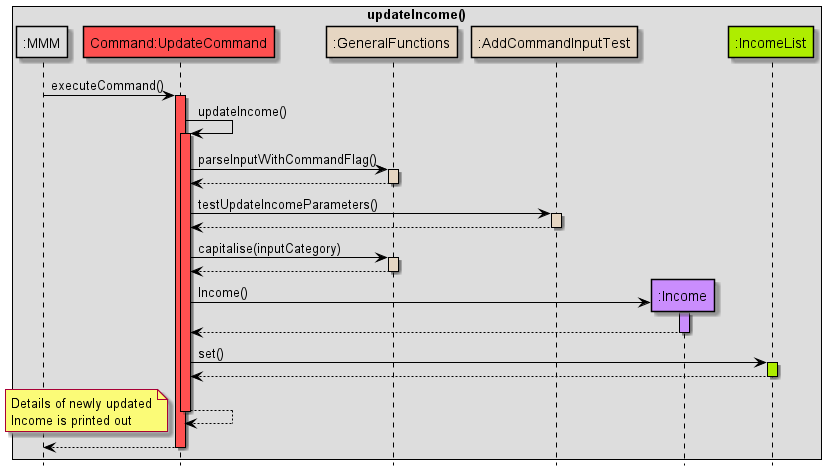
Earlier version of the PlantUML export docs/images/UpdateIncomeSequenceDiagramFinal.png (nus-cs2113-AY2122S2/tp).
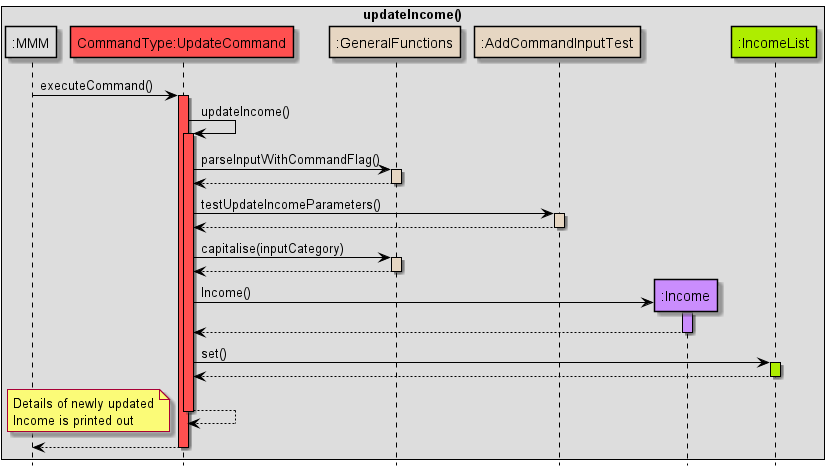
The same file after the commit.

Diff of the diagram source:
```diff
@@ -10,7 +10,7 @@
 
 box updateIncome()
 participant ":MMM" as MMM MMM_COLOUR
-participant "Command:UpdateCommand" as updateCommand COMMANDS_COLOUR
+participant "CommandType:UpdateCommand" as updateCommand COMMANDS_COLOUR
 participant ":GeneralFunctions" as GeneralFunctions HELPER_COLOUR
 participant ":AddCommandInputTest" as AddCommandInputTest HELPER_COLOUR
 participant ":Income" as Income USERFINANCIAL_COLOUR
```
